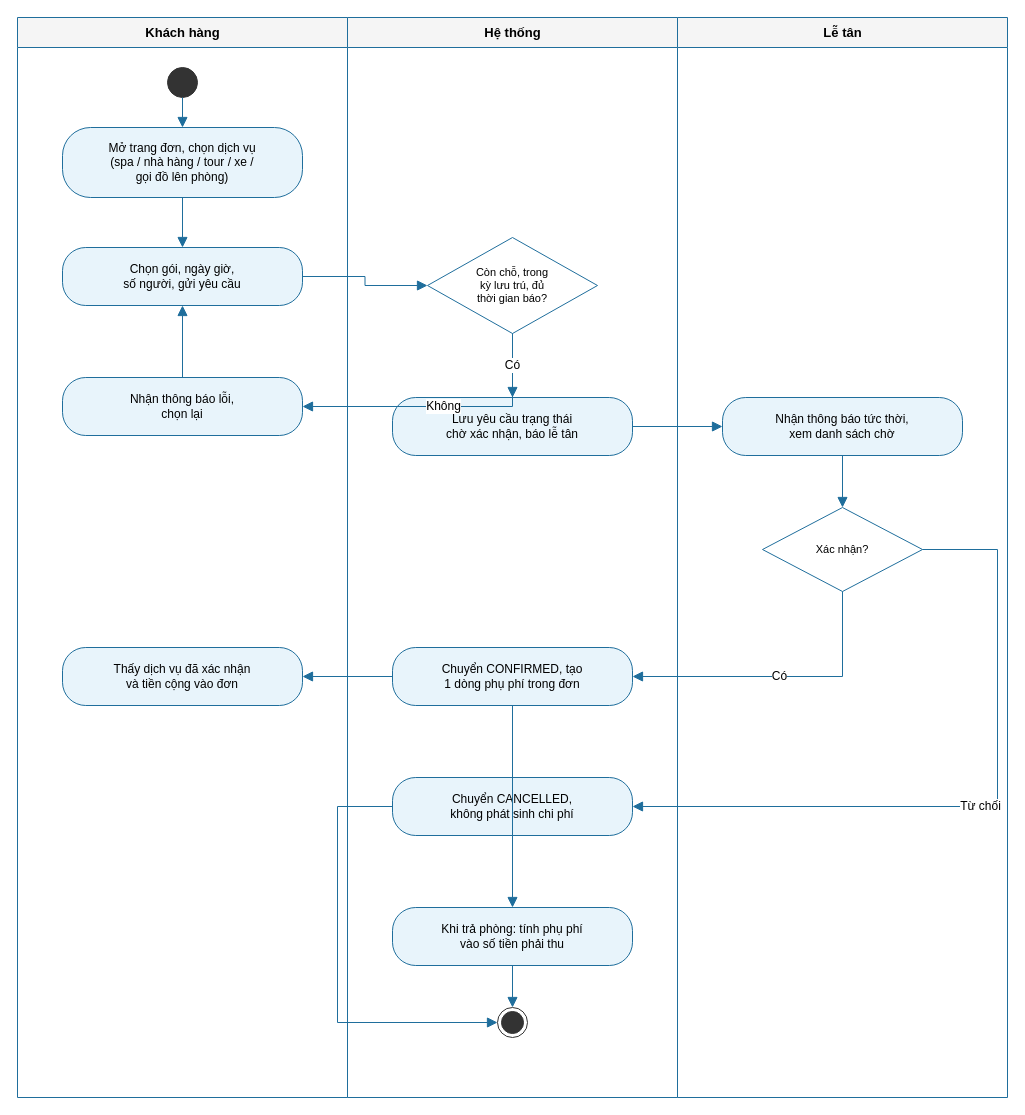
Earlier version of the draw.io diagram docs/thiet-ke/hd-dat-dich-vu.drawio (ngynquchn2511/beach-hotel). Source tidied: cells renumbered, new cells numbered last; positions are measured from the earlier drawing's top-left corner, leaving out a move shared by most shapes. Both pictures are drawn from the tidied source at 100%, with x=0, y=0 at pixel (17, 17).
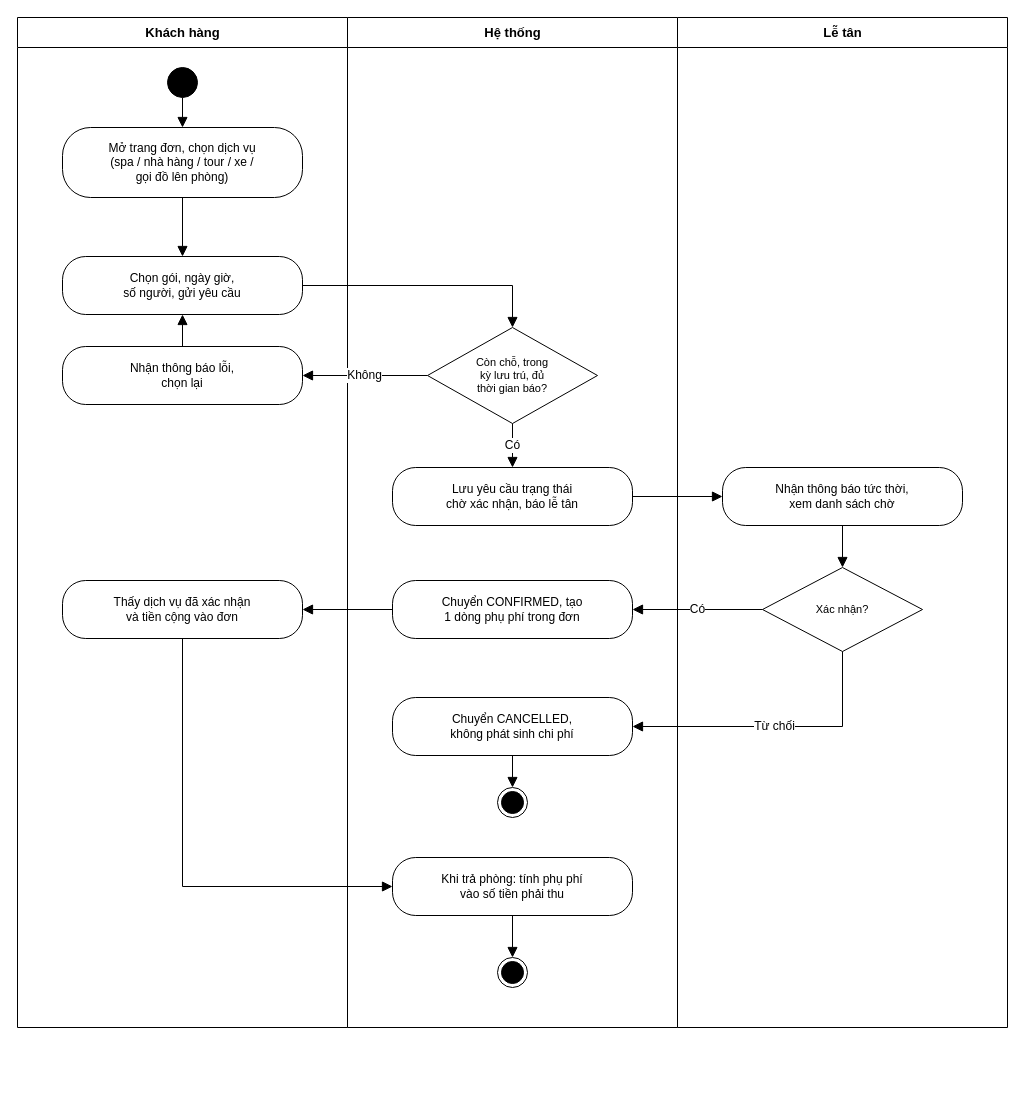
The same diagram, later.

What changed in the source:
```diff
@@
-    <mxCell id="2" value="Khách hàng" style="swimlane;horizontal=1;startSize=30;html=1;fillColor=#F5F5F5;strokeColor=#1F6E9C;fontSize=13;fontStyle=1;swimlaneFillColor=#FFFFFF;" parent="1" vertex="1">
-      <mxGeometry width="330" height="1080" as="geometry" />
+    <mxCell id="2" value="Khách hàng" style="swimlane;horizontal=1;startSize=30;html=1;fillColor=#FFFFFF;strokeColor=#000000;fontSize=13;fontStyle=1;swimlaneFillColor=#FFFFFF;" parent="1" vertex="1">
+      <mxGeometry width="330" height="1010" as="geometry" />
     </mxCell>
-    <mxCell id="3" value="Hệ thống" style="swimlane;horizontal=1;startSize=30;html=1;fillColor=#F5F5F5;strokeColor=#1F6E9C;fontSize=13;fontStyle=1;swimlaneFillColor=#FFFFFF;" parent="1" vertex="1">
-      <mxGeometry x="330" width="330" height="1080" as="geometry" />
+    <mxCell id="3" value="Hệ thống" style="swimlane;horizontal=1;startSize=30;html=1;fillColor=#FFFFFF;strokeColor=#000000;fontSize=13;fontStyle=1;swimlaneFillColor=#FFFFFF;" parent="1" vertex="1">
+      <mxGeometry x="330" width="330" height="1010" as="geometry" />
     </mxCell>
-    <mxCell id="4" value="Lễ tân" style="swimlane;horizontal=1;startSize=30;html=1;fillColor=#F5F5F5;strokeColor=#1F6E9C;fontSize=13;fontStyle=1;swimlaneFillColor=#FFFFFF;" parent="1" vertex="1">
-      <mxGeometry x="660" width="330" height="1080" as="geometry" />
+    <mxCell id="4" value="Lễ tân" style="swimlane;horizontal=1;startSize=30;html=1;fillColor=#FFFFFF;strokeColor=#000000;fontSize=13;fontStyle=1;swimlaneFillColor=#FFFFFF;" parent="1" vertex="1">
+      <mxGeometry x="660" width="330" height="1010" as="geometry" />
     </mxCell>
-    <mxCell id="5" style="ellipse;html=1;fillColor=#333333;strokeColor=#333333;" parent="1" vertex="1">
+    <mxCell id="5" style="ellipse;html=1;fillColor=#000000;strokeColor=#000000;" parent="1" vertex="1">
       <mxGeometry x="150" y="50" width="30" height="30" as="geometry" />
     </mxCell>
-    <mxCell id="6" value="Mở trang đơn, chọn dịch vụ&lt;br&gt;(spa / nhà hàng / tour / xe /&lt;br&gt;gọi đồ lên phòng)" style="rounded=1;whiteSpace=wrap;html=1;arcSize=40;fillColor=#E8F4FB;strokeColor=#1F6E9C;fontSize=12;" parent="1" vertex="1">
+    <mxCell id="6" value="Mở trang đơn, chọn dịch vụ&lt;br&gt;(spa / nhà hàng / tour / xe /&lt;br&gt;gọi đồ lên phòng)" style="rounded=1;whiteSpace=wrap;html=1;arcSize=40;fillColor=#FFFFFF;strokeColor=#000000;fontSize=12;" parent="1" vertex="1">
       <mxGeometry x="45" y="110" width="240" height="70" as="geometry" />
     </mxCell>
-    <mxCell id="7" value="Chọn gói, ngày giờ,&lt;br&gt;số người, gửi yêu cầu" style="rounded=1;whiteSpace=wrap;html=1;arcSize=40;fillColor=#E8F4FB;strokeColor=#1F6E9C;fontSize=12;" parent="1" vertex="1">
-      <mxGeometry x="45" y="230" width="240" height="58" as="geometry" />
+    <mxCell id="7" value="Chọn gói, ngày giờ,&lt;br&gt;số người, gửi yêu cầu" style="rounded=1;whiteSpace=wrap;html=1;arcSize=40;fillColor=#FFFFFF;strokeColor=#000000;fontSize=12;" parent="1" vertex="1">
+      <mxGeometry x="45" y="239" width="240" height="58" as="geometry" />
     </mxCell>
-    <mxCell id="8" value="Còn chỗ, trong&lt;br&gt;kỳ lưu trú, đủ&lt;br&gt;thời gian báo?" style="rhombus;whiteSpace=wrap;html=1;fillColor=#FFFFFF;strokeColor=#1F6E9C;fontSize=11;" parent="1" vertex="1">
-      <mxGeometry x="410" y="220" width="170" height="96" as="geometry" />
+    <mxCell id="8" value="Còn chỗ, trong&lt;br&gt;kỳ lưu trú, đủ&lt;br&gt;thời gian báo?" style="rhombus;whiteSpace=wrap;html=1;fillColor=#FFFFFF;strokeColor=#000000;fontSize=11;" parent="1" vertex="1">
+      <mxGeometry x="410" y="310" width="170" height="96" as="geometry" />
     </mxCell>
-    <mxCell id="9" value="Nhận thông báo lỗi,&lt;br&gt;chọn lại" style="rounded=1;whiteSpace=wrap;html=1;arcSize=40;fillColor=#E8F4FB;strokeColor=#1F6E9C;fontSize=12;" parent="1" vertex="1">
-      <mxGeometry x="45" y="360" width="240" height="58" as="geometry" />
+    <mxCell id="9" value="Nhận thông báo lỗi,&lt;br&gt;chọn lại" style="rounded=1;whiteSpace=wrap;html=1;arcSize=40;fillColor=#FFFFFF;strokeColor=#000000;fontSize=12;" parent="1" vertex="1">
+      <mxGeometry x="45" y="329" width="240" height="58" as="geometry" />
     </mxCell>
-    <mxCell id="10" value="Lưu yêu cầu trạng thái&lt;br&gt;chờ xác nhận, báo lễ tân" style="rounded=1;whiteSpace=wrap;html=1;arcSize=40;fillColor=#E8F4FB;strokeColor=#1F6E9C;fontSize=12;" parent="1" vertex="1">
-      <mxGeometry x="375" y="380" width="240" height="58" as="geometry" />
+    <mxCell id="10" value="Lưu yêu cầu trạng thái&lt;br&gt;chờ xác nhận, báo lễ tân" style="rounded=1;whiteSpace=wrap;html=1;arcSize=40;fillColor=#FFFFFF;strokeColor=#000000;fontSize=12;" parent="1" vertex="1">
+      <mxGeometry x="375" y="450" width="240" height="58" as="geometry" />
     </mxCell>
-    <mxCell id="11" value="Nhận thông báo tức thời,&lt;br&gt;xem danh sách chờ" style="rounded=1;whiteSpace=wrap;html=1;arcSize=40;fillColor=#E8F4FB;strokeColor=#1F6E9C;fontSize=12;" parent="1" vertex="1">
-      <mxGeometry x="705" y="380" width="240" height="58" as="geometry" />
+    <mxCell id="11" value="Nhận thông báo tức thời,&lt;br&gt;xem danh sách chờ" style="rounded=1;whiteSpace=wrap;html=1;arcSize=40;fillColor=#FFFFFF;strokeColor=#000000;fontSize=12;" parent="1" vertex="1">
+      <mxGeometry x="705" y="450" width="240" height="58" as="geometry" />
     </mxCell>
-    <mxCell id="12" value="Xác nhận?" style="rhombus;whiteSpace=wrap;html=1;fillColor=#FFFFFF;strokeColor=#1F6E9C;fontSize=11;" parent="1" vertex="1">
-      <mxGeometry x="745" y="490" width="160" height="84" as="geometry" />
+    <mxCell id="12" value="Xác nhận?" style="rhombus;whiteSpace=wrap;html=1;fillColor=#FFFFFF;strokeColor=#000000;fontSize=11;" parent="1" vertex="1">
+      <mxGeometry x="745" y="550" width="160" height="84" as="geometry" />
     </mxCell>
-    <mxCell id="13" value="Chuyển CONFIRMED, tạo&lt;br&gt;1 dòng phụ phí trong đơn" style="rounded=1;whiteSpace=wrap;html=1;arcSize=40;fillColor=#E8F4FB;strokeColor=#1F6E9C;fontSize=12;" parent="1" vertex="1">
-      <mxGeometry x="375" y="630" width="240" height="58" as="geometry" />
+    <mxCell id="13" value="Chuyển CONFIRMED, tạo&lt;br&gt;1 dòng phụ phí trong đơn" style="rounded=1;whiteSpace=wrap;html=1;arcSize=40;fillColor=#FFFFFF;strokeColor=#000000;fontSize=12;" parent="1" vertex="1">
+      <mxGeometry x="375" y="563" width="240" height="58" as="geometry" />
     </mxCell>
-    <mxCell id="14" value="Chuyển CANCELLED,&lt;br&gt;không phát sinh chi phí" style="rounded=1;whiteSpace=wrap;html=1;arcSize=40;fillColor=#E8F4FB;strokeColor=#1F6E9C;fontSize=12;" parent="1" vertex="1">
-      <mxGeometry x="375" y="760" width="240" height="58" as="geometry" />
+    <mxCell id="14" value="Chuyển CANCELLED,&lt;br&gt;không phát sinh chi phí" style="rounded=1;whiteSpace=wrap;html=1;arcSize=40;fillColor=#FFFFFF;strokeColor=#000000;fontSize=12;" parent="1" vertex="1">
+      <mxGeometry x="375" y="680" width="240" height="58" as="geometry" />
     </mxCell>
-    <mxCell id="15" value="Thấy dịch vụ đã xác nhận&lt;br&gt;và tiền cộng vào đơn" style="rounded=1;whiteSpace=wrap;html=1;arcSize=40;fillColor=#E8F4FB;strokeColor=#1F6E9C;fontSize=12;" parent="1" vertex="1">
-      <mxGeometry x="45" y="630" width="240" height="58" as="geometry" />
+    <mxCell id="15" value="Thấy dịch vụ đã xác nhận&lt;br&gt;và tiền cộng vào đơn" style="rounded=1;whiteSpace=wrap;html=1;arcSize=40;fillColor=#FFFFFF;strokeColor=#000000;fontSize=12;" parent="1" vertex="1">
+      <mxGeometry x="45" y="563" width="240" height="58" as="geometry" />
     </mxCell>
-    <mxCell id="16" value="Khi trả phòng: tính phụ phí&lt;br&gt;vào số tiền phải thu" style="rounded=1;whiteSpace=wrap;html=1;arcSize=40;fillColor=#E8F4FB;strokeColor=#1F6E9C;fontSize=12;" parent="1" vertex="1">
-      <mxGeometry x="375" y="890" width="240" height="58" as="geometry" />
+    <mxCell id="16" value="Khi trả phòng: tính phụ phí&lt;br&gt;vào số tiền phải thu" style="rounded=1;whiteSpace=wrap;html=1;arcSize=40;fillColor=#FFFFFF;strokeColor=#000000;fontSize=12;" parent="1" vertex="1">
+      <mxGeometry x="375" y="840" width="240" height="58" as="geometry" />
     </mxCell>
-    <mxCell id="17" style="ellipse;html=1;shape=endState;fillColor=#333333;strokeColor=#333333;" parent="1" vertex="1">
-      <mxGeometry x="480" y="990" width="30" height="30" as="geometry" />
+    <mxCell id="17" style="ellipse;html=1;shape=endState;fillColor=#000000;strokeColor=#000000;" parent="1" vertex="1">
+      <mxGeometry x="480" y="940" width="30" height="30" as="geometry" />
     </mxCell>
-    <mxCell id="18" style="edgeStyle=orthogonalEdgeStyle;rounded=0;html=1;endArrow=block;endFill=1;endSize=8;strokeColor=#1F6E9C;fontSize=12;labelBackgroundColor=#FFFFFF;" parent="1" edge="1" source="5" target="6">
+    <mxCell id="18" style="edgeStyle=orthogonalEdgeStyle;rounded=0;html=1;endArrow=block;endFill=1;endSize=8;strokeColor=#000000;fontSize=12;labelBackgroundColor=#FFFFFF;" parent="1" edge="1" source="5" target="6">
       <mxGeometry relative="1" as="geometry" />
     </mxCell>
-    <mxCell id="19" style="edgeStyle=orthogonalEdgeStyle;rounded=0;html=1;endArrow=block;endFill=1;endSize=8;strokeColor=#1F6E9C;fontSize=12;labelBackgroundColor=#FFFFFF;" parent="1" edge="1" source="6" target="7">
+    <mxCell id="19" style="edgeStyle=orthogonalEdgeStyle;rounded=0;html=1;endArrow=block;endFill=1;endSize=8;strokeColor=#000000;fontSize=12;labelBackgroundColor=#FFFFFF;" parent="1" edge="1" source="6" target="7">
       <mxGeometry relative="1" as="geometry" />
     </mxCell>
-    <mxCell id="20" style="edgeStyle=orthogonalEdgeStyle;rounded=0;html=1;endArrow=block;endFill=1;endSize=8;strokeColor=#1F6E9C;fontSize=12;labelBackgroundColor=#FFFFFF;" parent="1" edge="1" source="10" target="11">
+    <mxCell id="20" style="edgeStyle=orthogonalEdgeStyle;rounded=0;html=1;endArrow=block;endFill=1;endSize=8;strokeColor=#000000;fontSize=12;labelBackgroundColor=#FFFFFF;" parent="1" edge="1" source="10" target="11">
       <mxGeometry relative="1" as="geometry" />
     </mxCell>
-    <mxCell id="21" style="edgeStyle=orthogonalEdgeStyle;rounded=0;html=1;endArrow=block;endFill=1;endSize=8;strokeColor=#1F6E9C;fontSize=12;labelBackgroundColor=#FFFFFF;" parent="1" edge="1" source="11" target="12">
+    <mxCell id="21" style="edgeStyle=orthogonalEdgeStyle;rounded=0;html=1;endArrow=block;endFill=1;endSize=8;strokeColor=#000000;fontSize=12;labelBackgroundColor=#FFFFFF;" parent="1" edge="1" source="11" target="12">
       <mxGeometry relative="1" as="geometry" />
     </mxCell>
-    <mxCell id="22" style="edgeStyle=orthogonalEdgeStyle;rounded=0;html=1;endArrow=block;endFill=1;endSize=8;strokeColor=#1F6E9C;fontSize=12;labelBackgroundColor=#FFFFFF;" parent="1" edge="1" source="16" target="17">
+    <mxCell id="22" style="edgeStyle=orthogonalEdgeStyle;rounded=0;html=1;endArrow=block;endFill=1;endSize=8;strokeColor=#000000;fontSize=12;labelBackgroundColor=#FFFFFF;" parent="1" edge="1" source="16" target="17">
       <mxGeometry relative="1" as="geometry" />
     </mxCell>
-    <mxCell id="23" style="edgeStyle=orthogonalEdgeStyle;rounded=0;html=1;endArrow=block;endFill=1;endSize=8;strokeColor=#1F6E9C;fontSize=12;labelBackgroundColor=#FFFFFF;exitX=1;exitY=0.5;exitDx=0;exitDy=0;entryX=0;entryY=0.5;entryDx=0;entryDy=0;" parent="1" edge="1" source="7" target="8">
+    <mxCell id="23" style="edgeStyle=orthogonalEdgeStyle;rounded=0;html=1;endArrow=block;endFill=1;endSize=8;strokeColor=#000000;fontSize=12;labelBackgroundColor=#FFFFFF;exitX=1;exitY=0.5;exitDx=0;exitDy=0;entryX=0.5;entryY=0;entryDx=0;entryDy=0;" parent="1" edge="1" source="7" target="8">
       <mxGeometry relative="1" as="geometry" />
     </mxCell>
-    <mxCell id="24" value="Không" style="edgeStyle=orthogonalEdgeStyle;rounded=0;html=1;endArrow=block;endFill=1;endSize=8;strokeColor=#1F6E9C;fontSize=12;labelBackgroundColor=#FFFFFF;exitX=0.5;exitY=1;exitDx=0;exitDy=0;entryX=1;entryY=0.5;entryDx=0;entryDy=0;" parent="1" edge="1" source="8" target="9">
+    <mxCell id="24" value="Không" style="edgeStyle=orthogonalEdgeStyle;rounded=0;html=1;endArrow=block;endFill=1;endSize=8;strokeColor=#000000;fontSize=12;labelBackgroundColor=#FFFFFF;exitX=0;exitY=0.5;exitDx=0;exitDy=0;entryX=1;entryY=0.5;entryDx=0;entryDy=0;" parent="1" edge="1" source="8" target="9">
       <mxGeometry relative="1" as="geometry" />
     </mxCell>
-    <mxCell id="25" style="edgeStyle=orthogonalEdgeStyle;rounded=0;html=1;endArrow=block;endFill=1;endSize=8;strokeColor=#1F6E9C;fontSize=12;labelBackgroundColor=#FFFFFF;exitX=0.5;exitY=0;exitDx=0;exitDy=0;entryX=0.5;entryY=1;entryDx=0;entryDy=0;" parent="1" edge="1" source="9" target="7">
+    <mxCell id="25" style="edgeStyle=orthogonalEdgeStyle;rounded=0;html=1;endArrow=block;endFill=1;endSize=8;strokeColor=#000000;fontSize=12;labelBackgroundColor=#FFFFFF;exitX=0.5;exitY=0;exitDx=0;exitDy=0;entryX=0.5;entryY=1;entryDx=0;entryDy=0;" parent="1" edge="1" source="9" target="7">
       <mxGeometry relative="1" as="geometry" />
     </mxCell>
-    <mxCell id="26" value="Có" style="edgeStyle=orthogonalEdgeStyle;rounded=0;html=1;endArrow=block;endFill=1;endSize=8;strokeColor=#1F6E9C;fontSize=12;labelBackgroundColor=#FFFFFF;" parent="1" edge="1" source="8" target="10">
+    <mxCell id="26" value="Có" style="edgeStyle=orthogonalEdgeStyle;rounded=0;html=1;endArrow=block;endFill=1;endSize=8;strokeColor=#000000;fontSize=12;labelBackgroundColor=#FFFFFF;exitX=0.5;exitY=1;entryX=0.5;entryY=0;" parent="1" edge="1" source="8" target="10">
       <mxGeometry relative="1" as="geometry" />
     </mxCell>
-    <mxCell id="27" value="Có" style="edgeStyle=orthogonalEdgeStyle;rounded=0;html=1;endArrow=block;endFill=1;endSize=8;strokeColor=#1F6E9C;fontSize=12;labelBackgroundColor=#FFFFFF;exitX=0.5;exitY=1;exitDx=0;exitDy=0;entryX=1;entryY=0.5;entryDx=0;entryDy=0;" parent="1" edge="1" source="12" target="13">
+    <mxCell id="27" value="Có" style="edgeStyle=orthogonalEdgeStyle;rounded=0;html=1;endArrow=block;endFill=1;endSize=8;strokeColor=#000000;fontSize=12;labelBackgroundColor=#FFFFFF;exitX=0;exitY=0.5;exitDx=0;exitDy=0;entryX=1;entryY=0.5;entryDx=0;entryDy=0;" parent="1" edge="1" source="12" target="13">
       <mxGeometry relative="1" as="geometry" />
     </mxCell>
-    <mxCell id="28" value="Từ chối" style="edgeStyle=orthogonalEdgeStyle;rounded=0;html=1;endArrow=block;endFill=1;endSize=8;strokeColor=#1F6E9C;fontSize=12;labelBackgroundColor=#FFFFFF;exitX=1;exitY=0.5;exitDx=0;exitDy=0;entryX=1;entryY=0.5;entryDx=0;entryDy=0;" parent="1" edge="1" source="12" target="14">
-      <mxGeometry relative="1" as="geometry">
-        <Array as="points">
-          <mxPoint x="980" y="532" />
-          <mxPoint x="980" y="789" />
-        </Array>
-      </mxGeometry>
+    <mxCell id="28" value="Từ chối" style="edgeStyle=orthogonalEdgeStyle;rounded=0;html=1;endArrow=block;endFill=1;endSize=8;strokeColor=#000000;fontSize=12;labelBackgroundColor=#FFFFFF;exitX=0.5;exitY=1;exitDx=0;exitDy=0;entryX=1;entryY=0.5;entryDx=0;entryDy=0;" parent="1" edge="1" source="12" target="14">
+      <mxGeometry relative="1" as="geometry" />
     </mxCell>
-    <mxCell id="29" style="edgeStyle=orthogonalEdgeStyle;rounded=0;html=1;endArrow=block;endFill=1;endSize=8;strokeColor=#1F6E9C;fontSize=12;labelBackgroundColor=#FFFFFF;" parent="1" edge="1" source="13" target="15">
+    <mxCell id="29" style="edgeStyle=orthogonalEdgeStyle;rounded=0;html=1;endArrow=block;endFill=1;endSize=8;strokeColor=#000000;fontSize=12;labelBackgroundColor=#FFFFFF;" parent="1" edge="1" source="13" target="15">
       <mxGeometry relative="1" as="geometry" />
     </mxCell>
-    <mxCell id="30" style="edgeStyle=orthogonalEdgeStyle;rounded=0;html=1;endArrow=block;endFill=1;endSize=8;strokeColor=#1F6E9C;fontSize=12;labelBackgroundColor=#FFFFFF;exitX=0.5;exitY=1;exitDx=0;exitDy=0;entryX=0.5;entryY=0;entryDx=0;entryDy=0;" parent="1" edge="1" source="13" target="16">
+    <mxCell id="30" style="edgeStyle=orthogonalEdgeStyle;rounded=0;html=1;endArrow=block;endFill=1;endSize=8;strokeColor=#000000;fontSize=12;labelBackgroundColor=#FFFFFF;exitX=0.5;exitY=1;exitDx=0;exitDy=0;entryX=0;entryY=0.5;entryDx=0;entryDy=0;" parent="1" edge="1" source="15" target="16">
       <mxGeometry relative="1" as="geometry" />
     </mxCell>
-    <mxCell id="31" style="edgeStyle=orthogonalEdgeStyle;rounded=0;html=1;endArrow=block;endFill=1;endSize=8;strokeColor=#1F6E9C;fontSize=12;labelBackgroundColor=#FFFFFF;exitX=0;exitY=0.5;exitDx=0;exitDy=0;entryX=0;entryY=0.5;entryDx=0;entryDy=0;" parent="1" edge="1" source="14" target="17">
-      <mxGeometry relative="1" as="geometry">
-        <Array as="points">
-          <mxPoint x="320" y="789" />
-          <mxPoint x="320" y="1005" />
-        </Array>
-      </mxGeometry>
+    <mxCell id="31" style="edgeStyle=orthogonalEdgeStyle;rounded=0;html=1;endArrow=block;endFill=1;endSize=8;strokeColor=#000000;fontSize=12;labelBackgroundColor=#FFFFFF;exitX=0.5;exitY=1;exitDx=0;exitDy=0;entryX=0.5;entryY=0;entryDx=0;entryDy=0;" parent="1" edge="1" source="14" target="32">
+      <mxGeometry relative="1" as="geometry" />
     </mxCell>
+    <mxCell id="32" style="ellipse;html=1;shape=endState;fillColor=#000000;strokeColor=#000000;" parent="1" vertex="1">
+      <mxGeometry x="480" y="770" width="30" height="30" as="geometry" />
+    </mxCell>
```
